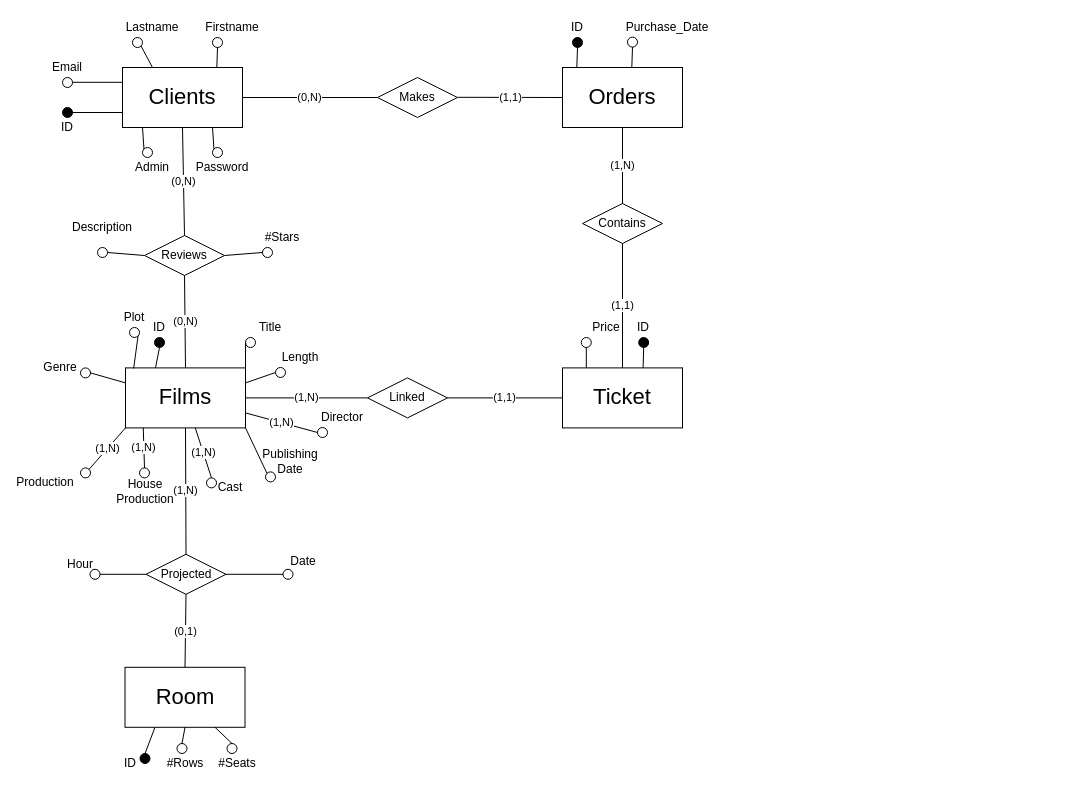
The draw.io diagram Sql/UniCinema.drawio in BlooDMasK/UniCinema, before the edit. Source tidied: cells renumbered, new cells numbered last; positions are measured from the earlier drawing's top-left corner, leaving out a move shared by most shapes. Both pictures are drawn from the tidied source at 100%, with x=0, y=0 at pixel (25, 17).
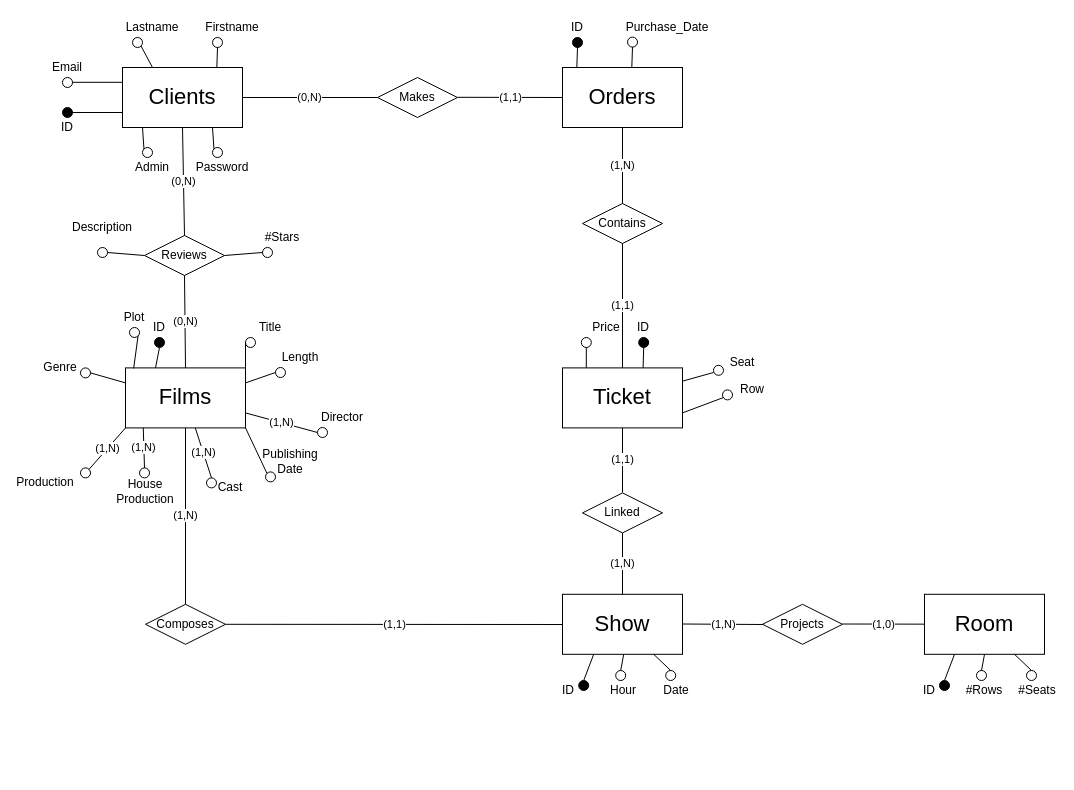
The same diagram, later.

Commit message:
sql: aggiornamento schema ER

The change refers to these unchanged cells:
```xml
<mxCell id="44" value="&lt;font style=&quot;font-size: 22px&quot;&gt;Films&lt;/font&gt;" style="rounded=0;whiteSpace=wrap;html=1;" parent="1" vertex="1">
  <mxGeometry x="100" y="350.4" width="120" height="60" as="geometry" />
</mxCell>
<mxCell id="78" value="&lt;font style=&quot;font-size: 22px&quot;&gt;Ticket&lt;/font&gt;" style="rounded=0;whiteSpace=wrap;html=1;" parent="1" vertex="1">
  <mxGeometry x="537" y="350.4" width="120" height="60" as="geometry" />
</mxCell>
```

What changed in the source:
```diff
@@
-    <mxCell id="33" value="Projected" style="rhombus;whiteSpace=wrap;html=1;fillColor=none;" parent="1" vertex="1">
-      <mxGeometry x="120.5" y="536.8" width="80" height="40" as="geometry" />
+    <mxCell id="33" value="Composes" style="rhombus;whiteSpace=wrap;html=1;fillColor=none;" parent="1" vertex="1">
+      <mxGeometry x="120" y="586.8" width="80" height="40" as="geometry" />
     </mxCell>
-    <mxCell id="34" value="(0,1)" style="endArrow=none;html=1;exitX=0.5;exitY=1;exitDx=0;exitDy=0;entryX=0.5;entryY=0;entryDx=0;entryDy=0;" parent="1" edge="1" source="33" target="35">
-      <mxGeometry relative="1" as="geometry" />
-    </mxCell>
     <mxCell id="35" value="&lt;font style=&quot;font-size: 22px&quot;&gt;Room&lt;/font&gt;" style="rounded=0;whiteSpace=wrap;html=1;" parent="1" vertex="1">
-      <mxGeometry x="99.5" y="649.8" width="120" height="60" as="geometry" />
+      <mxGeometry x="899" y="576.8" width="120" height="60" as="geometry" />
     </mxCell>
     <mxCell id="36" style="ellipse;whiteSpace=wrap;html=1;fillColor=#000000;" parent="1" vertex="1">
-      <mxGeometry x="114.5" y="736" width="10" height="10" as="geometry" />
+      <mxGeometry x="914" y="663" width="10" height="10" as="geometry" />
     </mxCell>
@@
     <mxCell id="38" value="ID" style="text;html=1;strokeColor=none;fillColor=none;align=center;verticalAlign=middle;whiteSpace=wrap;rounded=0;" parent="1" vertex="1">
-      <mxGeometry x="84.5" y="736" width="40" height="20" as="geometry" />
+      <mxGeometry x="884" y="663" width="40" height="20" as="geometry" />
     </mxCell>
     <mxCell id="39" style="ellipse;whiteSpace=wrap;html=1;fillColor=none;" parent="1" vertex="1">
-      <mxGeometry x="151.5" y="726" width="10" height="10" as="geometry" />
+      <mxGeometry x="951" y="653" width="10" height="10" as="geometry" />
     </mxCell>
     <mxCell id="40" value="#Seats" style="text;html=1;strokeColor=none;fillColor=none;align=center;verticalAlign=middle;whiteSpace=wrap;rounded=0;" parent="1" vertex="1">
-      <mxGeometry x="192" y="736" width="40" height="20" as="geometry" />
+      <mxGeometry x="991.5" y="663" width="40" height="20" as="geometry" />
     </mxCell>
@@
-    <mxCell id="82" value="(1,1)" style="endArrow=none;html=1;entryX=1;entryY=0.5;entryDx=0;entryDy=0;exitX=0;exitY=0.5;exitDx=0;exitDy=0;" parent="1" edge="1" source="78" target="83">
-      <mxGeometry relative="1" as="geometry" />
+    <mxCell id="82" value="(1,1)" style="endArrow=none;html=1;exitX=0.5;exitY=1;exitDx=0;exitDy=0;" parent="1" edge="1" source="78">
+      <mxGeometry relative="1" as="geometry">
+        <mxPoint x="597" y="475" as="targetPoint" />
+      </mxGeometry>
     </mxCell>
-    <mxCell id="83" value="Linked" style="rhombus;whiteSpace=wrap;html=1;fillColor=none;" parent="1" vertex="1">
-      <mxGeometry x="342" y="360.4" width="80" height="40" as="geometry" />
-    </mxCell>
-    <mxCell id="84" value="(1,N)" style="endArrow=none;html=1;entryX=1;entryY=0.5;entryDx=0;entryDy=0;exitX=0;exitY=0.5;exitDx=0;exitDy=0;" parent="1" edge="1" source="83" target="44">
-      <mxGeometry relative="1" as="geometry" />
-    </mxCell>
-    <mxCell id="85" style="ellipse;whiteSpace=wrap;html=1;fillColor=none;" parent="1" vertex="1">
-      <mxGeometry x="257.5" y="551.8" width="10" height="10" as="geometry" />
-    </mxCell>
-    <mxCell id="86" value="Date" style="text;html=1;strokeColor=none;fillColor=none;align=center;verticalAlign=middle;whiteSpace=wrap;rounded=0;" parent="1" vertex="1">
-      <mxGeometry x="257.5" y="533.8" width="40" height="20" as="geometry" />
-    </mxCell>
-    <mxCell id="87" style="endArrow=none;html=1;exitX=1;exitY=0.5;exitDx=0;exitDy=0;entryX=0;entryY=0.5;entryDx=0;entryDy=0;" parent="1" edge="1" source="33" target="85">
-      <mxGeometry relative="1" as="geometry" />
-    </mxCell>
-    <mxCell id="88" style="ellipse;whiteSpace=wrap;html=1;fillColor=none;" parent="1" vertex="1">
-      <mxGeometry x="64.5" y="551.8" width="10" height="10" as="geometry" />
-    </mxCell>
-    <mxCell id="89" value="Hour" style="text;html=1;strokeColor=none;fillColor=none;align=center;verticalAlign=middle;whiteSpace=wrap;rounded=0;" parent="1" vertex="1">
-      <mxGeometry x="34.5" y="536.8" width="40" height="20" as="geometry" />
-    </mxCell>
-    <mxCell id="90" style="endArrow=none;html=1;exitX=1;exitY=0.5;exitDx=0;exitDy=0;entryX=0;entryY=0.5;entryDx=0;entryDy=0;" parent="1" edge="1" source="88" target="33">
-      <mxGeometry relative="1" as="geometry" />
-    </mxCell>
@@
     <mxCell id="100" style="ellipse;whiteSpace=wrap;html=1;fillColor=none;" parent="1" vertex="1">
-      <mxGeometry x="201.5" y="726" width="10" height="10" as="geometry" />
+      <mxGeometry x="1001" y="653" width="10" height="10" as="geometry" />
     </mxCell>
     <mxCell id="101" value="#Rows" style="text;html=1;strokeColor=none;fillColor=none;align=center;verticalAlign=middle;whiteSpace=wrap;rounded=0;" parent="1" vertex="1">
-      <mxGeometry x="139.5" y="736" width="40" height="20" as="geometry" />
+      <mxGeometry x="939" y="663" width="40" height="20" as="geometry" />
     </mxCell>
@@
+    <mxCell id="103" style="ellipse;whiteSpace=wrap;html=1;fillColor=none;" parent="1" vertex="1">
+      <mxGeometry x="688" y="347.8" width="10" height="10" as="geometry" />
+    </mxCell>
+    <mxCell id="104" value="Seat" style="text;html=1;strokeColor=none;fillColor=none;align=center;verticalAlign=middle;whiteSpace=wrap;rounded=0;" parent="1" vertex="1">
+      <mxGeometry x="697" y="335.4" width="40" height="20" as="geometry" />
+    </mxCell>
+    <mxCell id="105" style="endArrow=none;html=1;" parent="1" edge="1" target="78">
+      <mxGeometry relative="1" as="geometry">
+        <mxPoint x="688" y="355" as="sourcePoint" />
+      </mxGeometry>
+    </mxCell>
+    <mxCell id="106" style="ellipse;whiteSpace=wrap;html=1;fillColor=none;" parent="1" vertex="1">
+      <mxGeometry x="697" y="372.4" width="10" height="10" as="geometry" />
+    </mxCell>
+    <mxCell id="107" value="Row" style="text;html=1;strokeColor=none;fillColor=none;align=center;verticalAlign=middle;whiteSpace=wrap;rounded=0;" parent="1" vertex="1">
+      <mxGeometry x="707" y="362.4" width="40" height="20" as="geometry" />
+    </mxCell>
+    <mxCell id="108" style="endArrow=none;html=1;exitX=1;exitY=0.75;exitDx=0;exitDy=0;" parent="1" edge="1" source="78">
+      <mxGeometry relative="1" as="geometry">
+        <mxPoint x="698" y="380" as="targetPoint" />
+      </mxGeometry>
+    </mxCell>
+    <mxCell id="83" value="Linked" style="rhombus;whiteSpace=wrap;html=1;fillColor=none;" parent="1" vertex="1">
+      <mxGeometry x="557" y="475.4" width="80" height="40" as="geometry" />
+    </mxCell>
+    <mxCell id="109" value="&lt;font style=&quot;font-size: 22px&quot;&gt;Show&lt;/font&gt;" style="rounded=0;whiteSpace=wrap;html=1;" parent="1" vertex="1">
+      <mxGeometry x="537" y="576.8" width="120" height="60" as="geometry" />
+    </mxCell>
+    <mxCell id="110" value="(1,N)" style="endArrow=none;html=1;exitX=0.5;exitY=1;exitDx=0;exitDy=0;entryX=0.5;entryY=0;entryDx=0;entryDy=0;" parent="1" edge="1" source="83" target="109">
+      <mxGeometry relative="1" as="geometry" />
+    </mxCell>
+    <mxCell id="111" value="(1,N)" style="endArrow=none;html=1;exitX=1;exitY=0.5;exitDx=0;exitDy=0;" parent="1" edge="1">
+      <mxGeometry relative="1" as="geometry">
+        <mxPoint x="657" y="606.5" as="sourcePoint" />
+        <mxPoint x="738" y="607" as="targetPoint" />
+      </mxGeometry>
+    </mxCell>
+    <mxCell id="112" value="Projects" style="rhombus;whiteSpace=wrap;html=1;fillColor=none;" parent="1" vertex="1">
+      <mxGeometry x="737" y="586.8" width="80" height="40" as="geometry" />
+    </mxCell>
+    <mxCell id="113" value="(1,0)" style="endArrow=none;html=1;exitX=1;exitY=0.5;exitDx=0;exitDy=0;" parent="1" edge="1" target="35">
+      <mxGeometry relative="1" as="geometry">
+        <mxPoint x="817" y="606.5" as="sourcePoint" />
+      </mxGeometry>
+    </mxCell>
+    <mxCell id="114" style="ellipse;whiteSpace=wrap;html=1;fillColor=#000000;" parent="1" vertex="1">
+      <mxGeometry x="553.2" y="663" width="10" height="10" as="geometry" />
+    </mxCell>
+    <mxCell id="115" style="endArrow=none;html=1;exitX=0.25;exitY=1;exitDx=0;exitDy=0;entryX=0.5;entryY=0;entryDx=0;entryDy=0;" parent="1" edge="1" target="114">
+      <mxGeometry relative="1" as="geometry">
+        <mxPoint x="568.2" y="636.8" as="sourcePoint" />
+      </mxGeometry>
+    </mxCell>
+    <mxCell id="116" value="ID" style="text;html=1;strokeColor=none;fillColor=none;align=center;verticalAlign=middle;whiteSpace=wrap;rounded=0;" parent="1" vertex="1">
+      <mxGeometry x="523.2" y="663" width="40" height="20" as="geometry" />
+    </mxCell>
+    <mxCell id="117" style="ellipse;whiteSpace=wrap;html=1;fillColor=none;" parent="1" vertex="1">
+      <mxGeometry x="590.2" y="653" width="10" height="10" as="geometry" />
+    </mxCell>
+    <mxCell id="86" value="Date" style="text;html=1;strokeColor=none;fillColor=none;align=center;verticalAlign=middle;whiteSpace=wrap;rounded=0;" parent="1" vertex="1">
+      <mxGeometry x="630.8" y="663" width="40" height="20" as="geometry" />
+    </mxCell>
+    <mxCell id="118" style="endArrow=none;html=1;exitX=0.5;exitY=1;exitDx=0;exitDy=0;entryX=0.5;entryY=0;entryDx=0;entryDy=0;" parent="1" edge="1" target="117">
+      <mxGeometry relative="1" as="geometry">
+        <mxPoint x="598.2" y="636.8" as="sourcePoint" />
+      </mxGeometry>
+    </mxCell>
+    <mxCell id="119" style="ellipse;whiteSpace=wrap;html=1;fillColor=none;" parent="1" vertex="1">
+      <mxGeometry x="640.2" y="653" width="10" height="10" as="geometry" />
+    </mxCell>
+    <mxCell id="89" value="Hour" style="text;html=1;strokeColor=none;fillColor=none;align=center;verticalAlign=middle;whiteSpace=wrap;rounded=0;" parent="1" vertex="1">
+      <mxGeometry x="578.2" y="663" width="40" height="20" as="geometry" />
+    </mxCell>
+    <mxCell id="120" style="endArrow=none;html=1;exitX=0.75;exitY=1;exitDx=0;exitDy=0;entryX=0.5;entryY=0;entryDx=0;entryDy=0;" parent="1" edge="1" target="119">
+      <mxGeometry relative="1" as="geometry">
+        <mxPoint x="628.2" y="636.8" as="sourcePoint" />
+      </mxGeometry>
+    </mxCell>
+    <mxCell id="121" value="(1,1)" style="endArrow=none;html=1;exitX=1;exitY=0.5;exitDx=0;exitDy=0;" parent="1" edge="1" source="33">
+      <mxGeometry relative="1" as="geometry">
+        <mxPoint x="537" y="607" as="targetPoint" />
+      </mxGeometry>
+    </mxCell>
```
